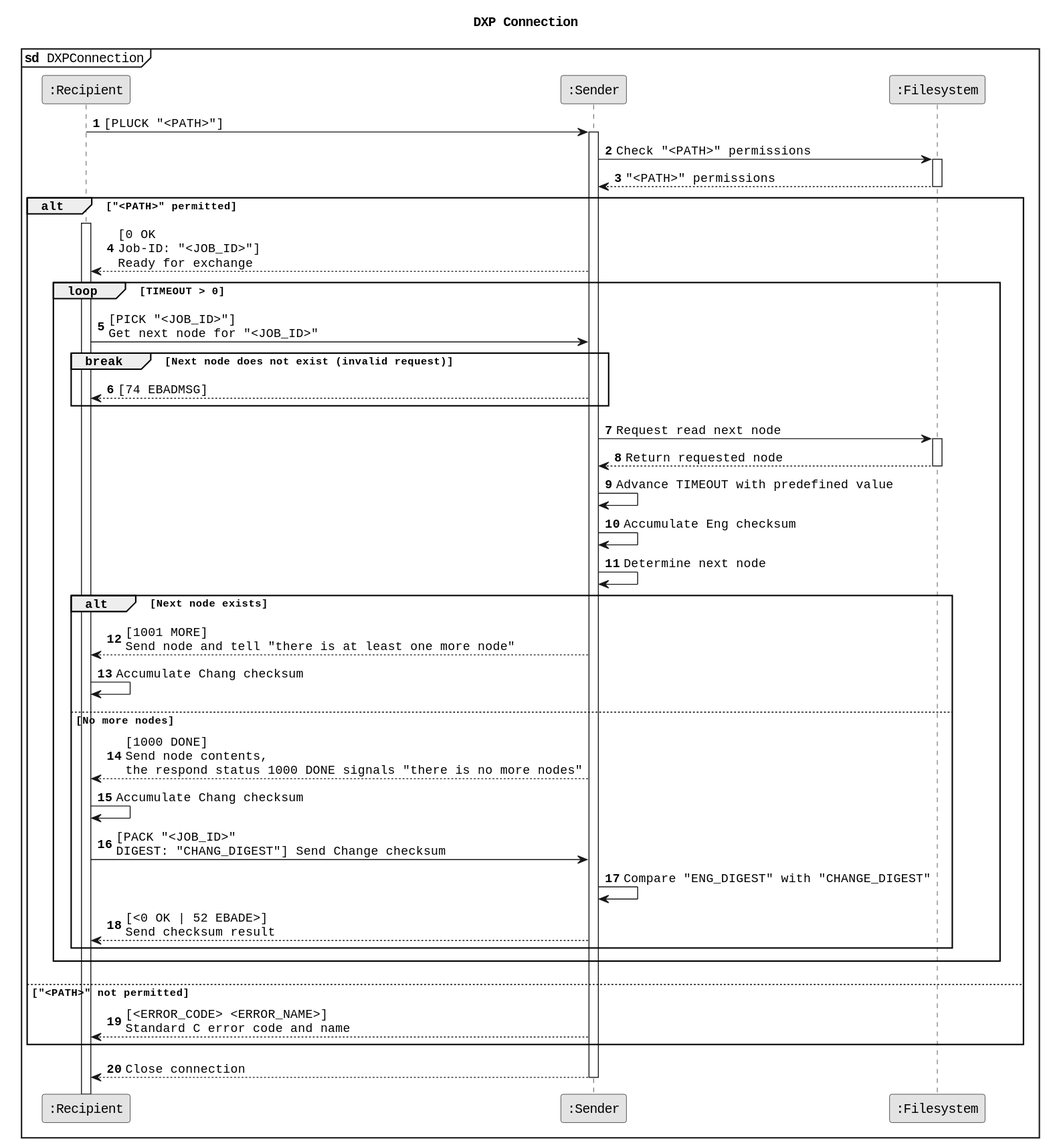
Before: diagrams/dxp-connection.svg, a diagram exported from PlantUML (naiithink/pastree).
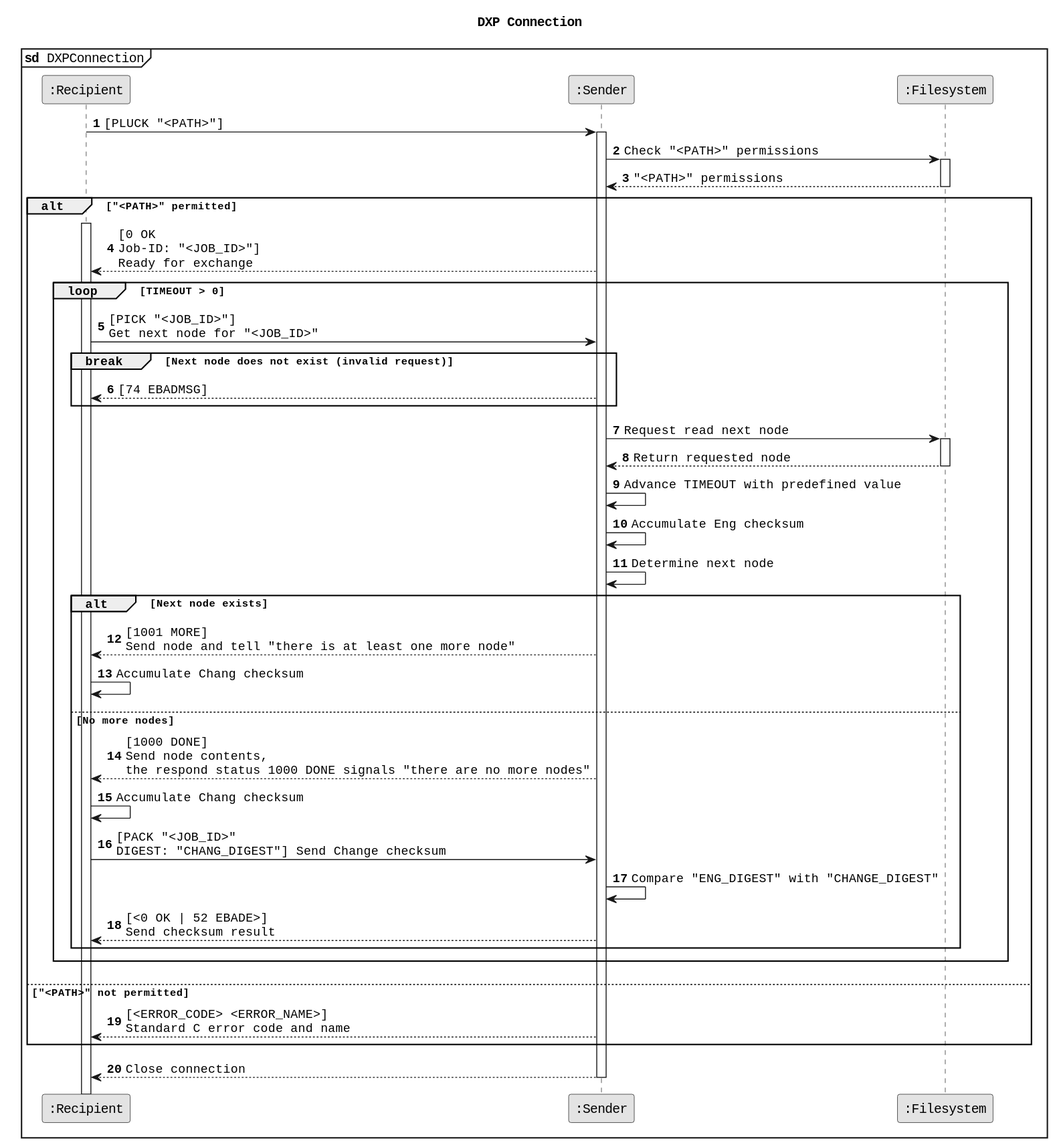
Later version of the same file.

Commit message:
Update spec, fix diagram

What changed in the source:
```diff
@@ -46,7 +46,7 @@
 Recipient -> Recipient: Accumulate Chang checksum
 
 else No more nodes
-Sender --> Recipient: [1000 DONE]\nSend node contents,\nthe respond status 1000 DONE signals "there is no more nodes"
+Sender --> Recipient: [1000 DONE]\nSend node contents,\nthe respond status 1000 DONE signals "there are no more nodes"
 Recipient -> Recipient: Accumulate Chang checksum
 Recipient -> Sender: [PACK "<JOB_ID>"\nDIGEST: "CHANG_DIGEST"] Send Change checksum
 Sender -> Sender: Compare "ENG_DIGEST" with "CHANGE_DIGEST"
```
